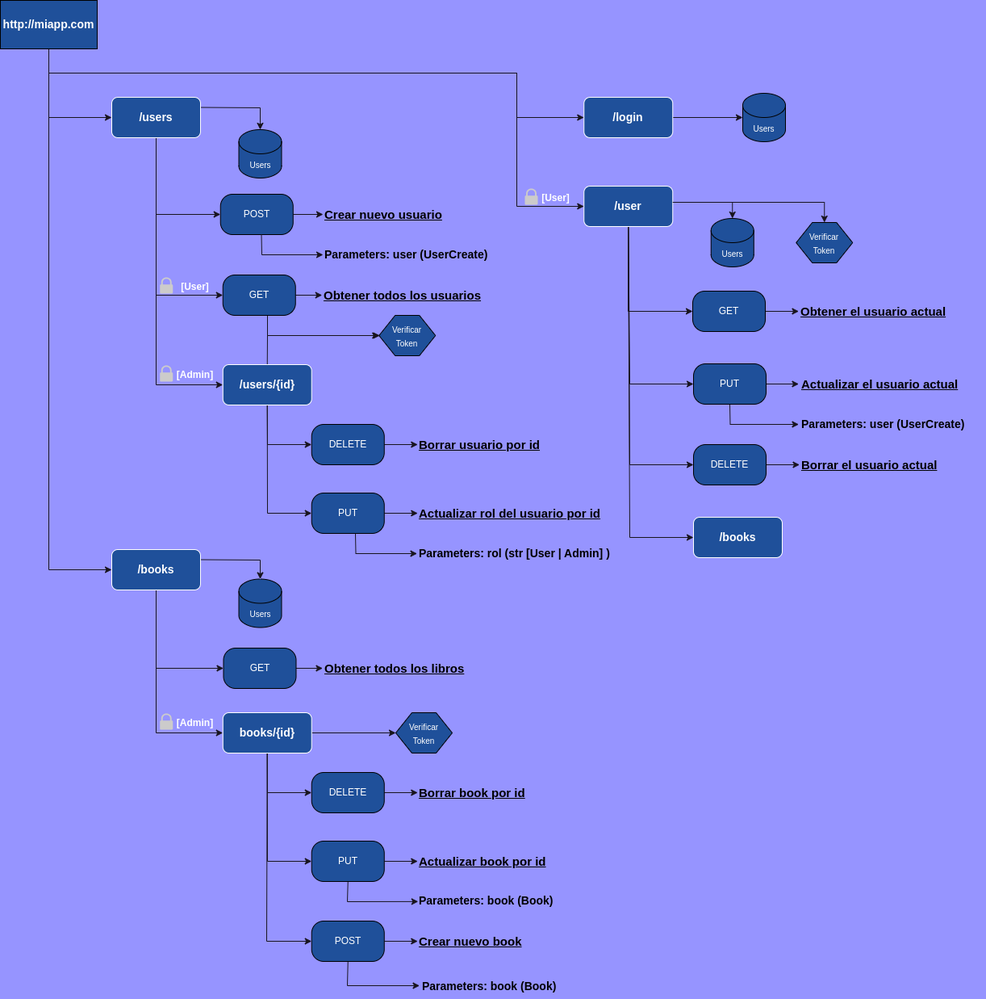
Earlier version of the draw.io export app/diagram.drawio.png (Jav-mol/api_users). Source tidied: cells renumbered, new cells last; positions are measured from the earlier drawing's top-left corner, leaving out a move shared by most shapes.
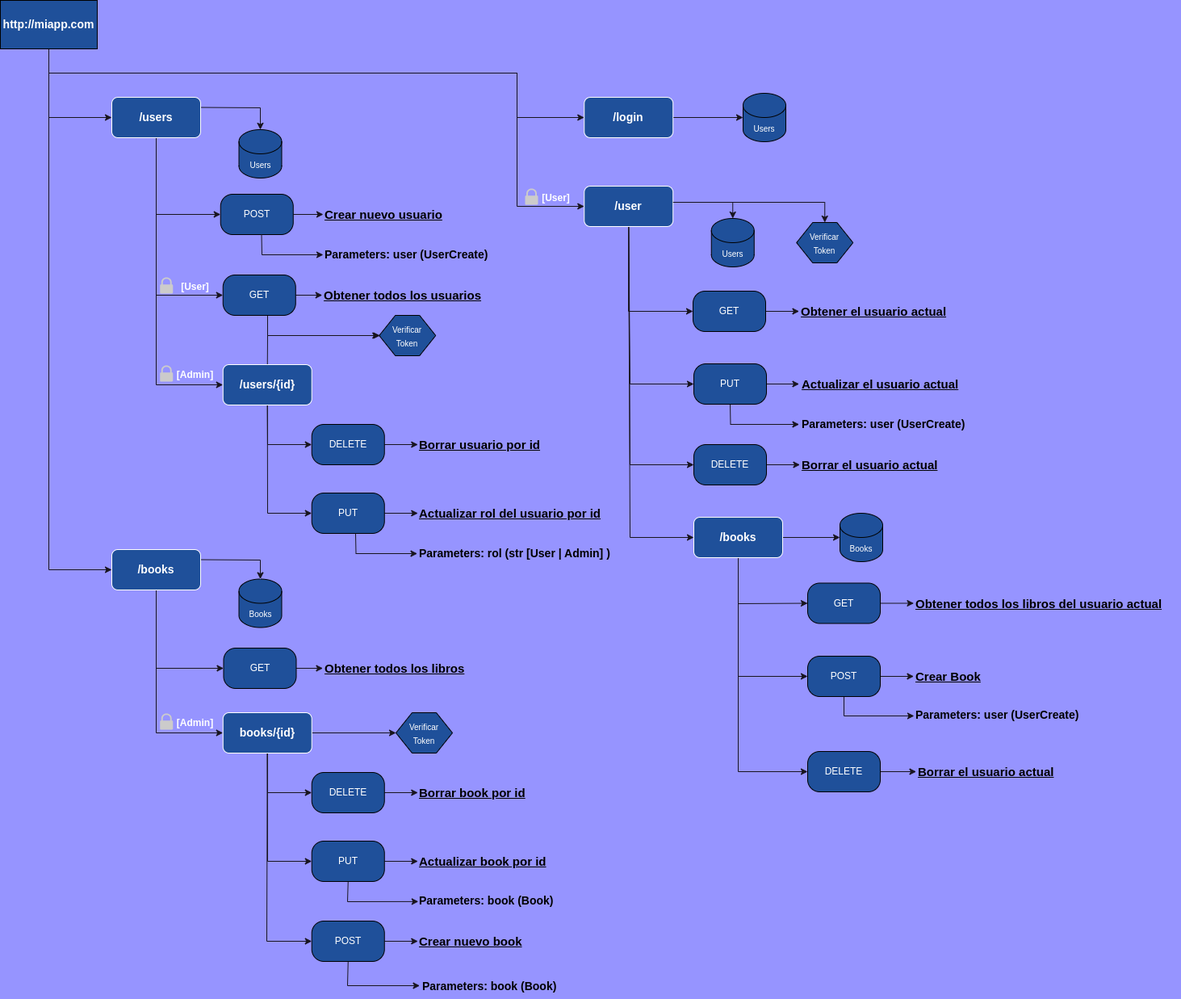
Later version of the same file.

Diff of the diagram source:
```diff
@@ -301,7 +301,7 @@
     <mxCell id="64" value="&lt;font style=&quot;font-size: 14px;&quot;&gt;&lt;b&gt;/books&lt;/b&gt;&lt;/font&gt;" style="rounded=1;whiteSpace=wrap;html=1;strokeColor=#FFFFFF;fillColor=#1F509A;fontColor=#FFFFFF;" parent="1" vertex="1">
       <mxGeometry x="138" y="680" width="110" height="50" as="geometry" />
     </mxCell>
-    <mxCell id="65" value="&lt;font style=&quot;font-size: 10px;&quot;&gt;Users&lt;/font&gt;" style="shape=cylinder3;whiteSpace=wrap;html=1;boundedLbl=1;backgroundOutline=1;size=15;strokeWidth=1;fontSize=14;fillColor=#1F509A;fontColor=#FFFFFF;" parent="1" vertex="1">
+    <mxCell id="65" value="&lt;span style=&quot;font-size: 10px;&quot;&gt;Books&lt;/span&gt;" style="shape=cylinder3;whiteSpace=wrap;html=1;boundedLbl=1;backgroundOutline=1;size=15;strokeWidth=1;fontSize=14;fillColor=#1F509A;fontColor=#FFFFFF;" parent="1" vertex="1">
       <mxGeometry x="295.5" y="716.5" width="53" height="60" as="geometry" />
     </mxCell>
     <mxCell id="66" value="&lt;u style=&quot;font-size: 15px;&quot;&gt;&lt;b style=&quot;font-size: 15px;&quot;&gt;Obtener todos los libros&lt;/b&gt;&lt;/u&gt;" style="text;html=1;align=left;verticalAlign=middle;points=[];strokeColor=none;fillColor=none;fontSize=15;" parent="1" vertex="1">
@@ -405,8 +405,72 @@
     <mxCell id="92" value="&lt;font style=&quot;font-size: 10px;&quot;&gt;Users&lt;/font&gt;" style="shape=cylinder3;whiteSpace=wrap;html=1;boundedLbl=1;backgroundOutline=1;size=15;strokeWidth=1;fontSize=14;fillColor=#1F509A;fontColor=#FFFFFF;" parent="1" vertex="1">
       <mxGeometry x="920" y="115" width="53" height="60" as="geometry" />
     </mxCell>
+    <mxCell id="94" style="edgeStyle=none;rounded=0;html=1;exitX=1;exitY=0.5;exitDx=0;exitDy=0;strokeColor=#18141D;" parent="1" edge="1" source="93" target="98">
+      <mxGeometry relative="1" as="geometry" />
+    </mxCell>
+    <mxCell id="95" style="edgeStyle=none;rounded=0;html=1;exitX=0.5;exitY=1;exitDx=0;exitDy=0;entryX=0;entryY=0.5;entryDx=0;entryDy=0;strokeColor=#18141D;" parent="1" edge="1" source="93" target="101">
+      <mxGeometry relative="1" as="geometry">
+        <Array as="points">
+          <mxPoint x="914" y="747" />
+        </Array>
+      </mxGeometry>
+    </mxCell>
+    <mxCell id="96" style="edgeStyle=none;rounded=0;html=1;exitX=0.5;exitY=1;exitDx=0;exitDy=0;entryX=0;entryY=0.5;entryDx=0;entryDy=0;strokeColor=#18141D;" parent="1" edge="1" source="93" target="105">
+      <mxGeometry relative="1" as="geometry">
+        <Array as="points">
+          <mxPoint x="914" y="837" />
+        </Array>
+      </mxGeometry>
+    </mxCell>
+    <mxCell id="97" style="edgeStyle=none;rounded=0;html=1;exitX=0.5;exitY=1;exitDx=0;exitDy=0;entryX=0;entryY=0.5;entryDx=0;entryDy=0;strokeColor=#18141D;" parent="1" edge="1" source="93" target="107">
+      <mxGeometry relative="1" as="geometry">
+        <Array as="points">
+          <mxPoint x="914" y="955" />
+        </Array>
+      </mxGeometry>
+    </mxCell>
     <mxCell id="93" value="&lt;font style=&quot;font-size: 14px;&quot;&gt;&lt;b&gt;/books&lt;/b&gt;&lt;/font&gt;" style="rounded=1;whiteSpace=wrap;html=1;strokeColor=#FFFFFF;fillColor=#1F509A;fontColor=#FFFFFF;" parent="1" vertex="1">
       <mxGeometry x="859" y="640" width="110" height="50" as="geometry" />
     </mxCell>
+    <mxCell id="98" value="&lt;span style=&quot;font-size: 10px;&quot;&gt;Books&lt;/span&gt;" style="shape=cylinder3;whiteSpace=wrap;html=1;boundedLbl=1;backgroundOutline=1;size=15;strokeWidth=1;fontSize=14;fillColor=#1F509A;fontColor=#FFFFFF;" parent="1" vertex="1">
+      <mxGeometry x="1040" y="635" width="53" height="60" as="geometry" />
+    </mxCell>
+    <mxCell id="99" value="&lt;u style=&quot;font-size: 15px;&quot;&gt;&lt;b style=&quot;font-size: 15px;&quot;&gt;Obtener todos los libros del usuario actual&lt;/b&gt;&lt;/u&gt;" style="text;html=1;align=left;verticalAlign=middle;points=[];strokeColor=none;fillColor=none;fontSize=15;" parent="1" vertex="1">
+      <mxGeometry x="1131.5" y="731.5" width="330" height="30" as="geometry" />
+    </mxCell>
+    <mxCell id="100" style="edgeStyle=none;rounded=0;html=1;strokeColor=#18141D;fontSize=14;" parent="1" edge="1" source="101" target="99">
+      <mxGeometry relative="1" as="geometry" />
+    </mxCell>
+    <mxCell id="101" value="GET" style="rounded=1;whiteSpace=wrap;html=1;arcSize=30;fillColor=#1F509A;fontColor=#FFFFFF;" parent="1" vertex="1">
+      <mxGeometry x="1000" y="721.5" width="90" height="50" as="geometry" />
+    </mxCell>
+    <mxCell id="102" value="&lt;b&gt;&lt;u&gt;Crear Book&lt;/u&gt;&lt;/b&gt;" style="text;html=1;align=left;verticalAlign=middle;points=[];strokeColor=none;fillColor=none;fontSize=15;" parent="1" vertex="1">
+      <mxGeometry x="1131.5" y="822" width="100" height="30" as="geometry" />
+    </mxCell>
+    <mxCell id="103" style="edgeStyle=none;rounded=0;html=1;strokeColor=#18141D;fontSize=14;" parent="1" edge="1" source="105" target="102">
+      <mxGeometry relative="1" as="geometry" />
+    </mxCell>
+    <mxCell id="104" style="edgeStyle=none;rounded=0;html=1;exitX=0.5;exitY=1;exitDx=0;exitDy=0;strokeColor=#18141D;entryX=0.002;entryY=0.533;entryDx=0;entryDy=0;entryPerimeter=0;" parent="1" edge="1" source="105" target="109">
+      <mxGeometry relative="1" as="geometry">
+        <Array as="points">
+          <mxPoint x="1045" y="886" />
+        </Array>
+      </mxGeometry>
+    </mxCell>
+    <mxCell id="105" value="POST" style="rounded=1;whiteSpace=wrap;html=1;arcSize=30;fillColor=#1F509A;fontColor=#FFFFFF;" parent="1" vertex="1">
+      <mxGeometry x="1000" y="812" width="90" height="50" as="geometry" />
+    </mxCell>
+    <mxCell id="106" style="edgeStyle=none;rounded=0;html=1;exitX=1;exitY=0.5;exitDx=0;exitDy=0;strokeColor=#18141D;" parent="1" edge="1" source="107" target="108">
+      <mxGeometry relative="1" as="geometry" />
+    </mxCell>
+    <mxCell id="107" value="DELETE" style="rounded=1;whiteSpace=wrap;html=1;arcSize=30;fillColor=#1F509A;fontColor=#FFFFFF;" parent="1" vertex="1">
+      <mxGeometry x="1000" y="930" width="90" height="50" as="geometry" />
+    </mxCell>
+    <mxCell id="108" value="&lt;u style=&quot;font-size: 15px;&quot;&gt;&lt;b style=&quot;font-size: 15px;&quot;&gt;Borrar el usuario actual&lt;/b&gt;&lt;/u&gt;" style="text;html=1;align=left;verticalAlign=middle;points=[];strokeColor=none;fillColor=none;fontSize=15;" parent="1" vertex="1">
+      <mxGeometry x="1134.5" y="940" width="190" height="30" as="geometry" />
+    </mxCell>
+    <mxCell id="109" value="&lt;b&gt;Parameters: user (UserCreate)&lt;/b&gt;" style="text;html=1;align=left;verticalAlign=middle;points=[];strokeColor=none;fillColor=none;fontSize=14;" parent="1" vertex="1">
+      <mxGeometry x="1131.5" y="870" width="230" height="30" as="geometry" />
+    </mxCell>
   </root>
 </mxGraphModel>
```
